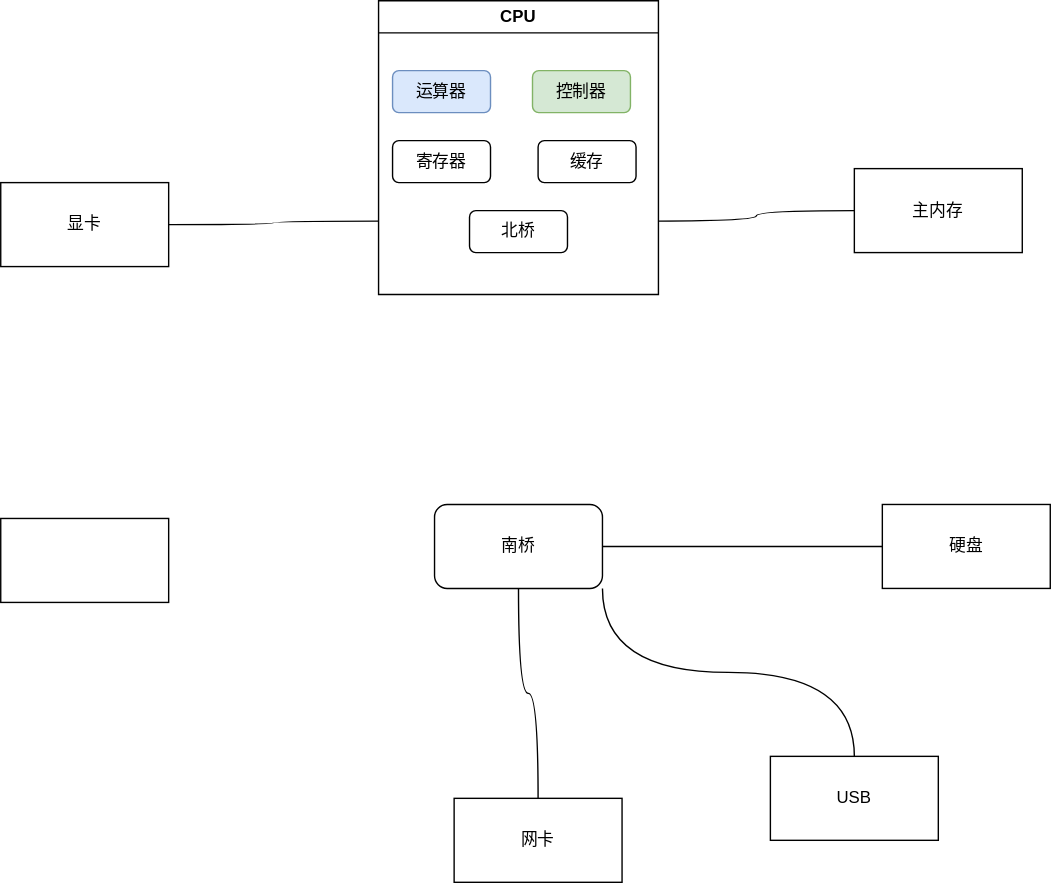
Before: diagrams/csapp/computer_composition.svg, a diagram exported from draw.io (luguosong/images). Source tidied: cells renumbered, new cells last; positions are measured from the earlier drawing's top-left corner, leaving out a move shared by most shapes.
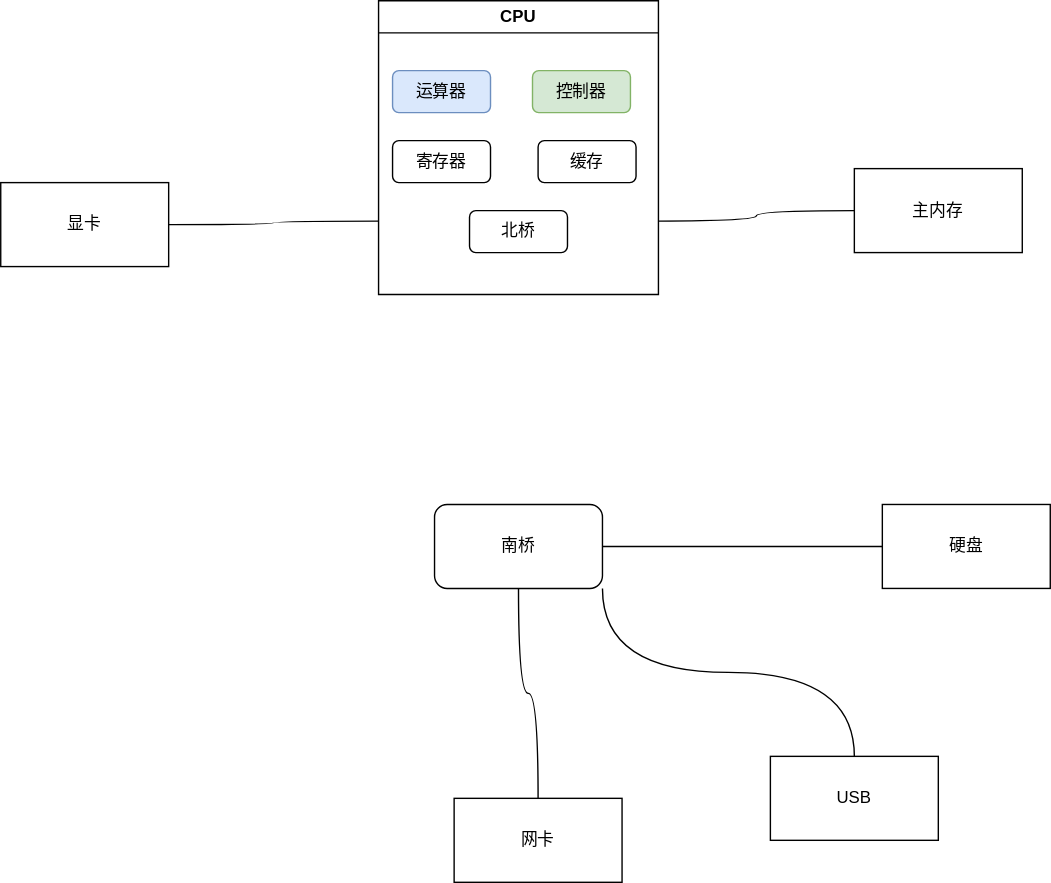
Above is the later version.

What changed in the source:
```diff
@@ -44,9 +44,6 @@
     <mxCell id="15" value="显卡" style="rounded=0;whiteSpace=wrap;html=1;" parent="1" vertex="1">
       <mxGeometry y="130" width="120" height="60" as="geometry" />
     </mxCell>
-    <mxCell id="16" style="rounded=0;whiteSpace=wrap;html=1;" parent="1" vertex="1">
-      <mxGeometry y="370" width="120" height="60" as="geometry" />
-    </mxCell>
     <mxCell id="17" value="硬盘" style="rounded=0;whiteSpace=wrap;html=1;" parent="1" vertex="1">
       <mxGeometry x="630" y="360" width="120" height="60" as="geometry" />
     </mxCell>
```
